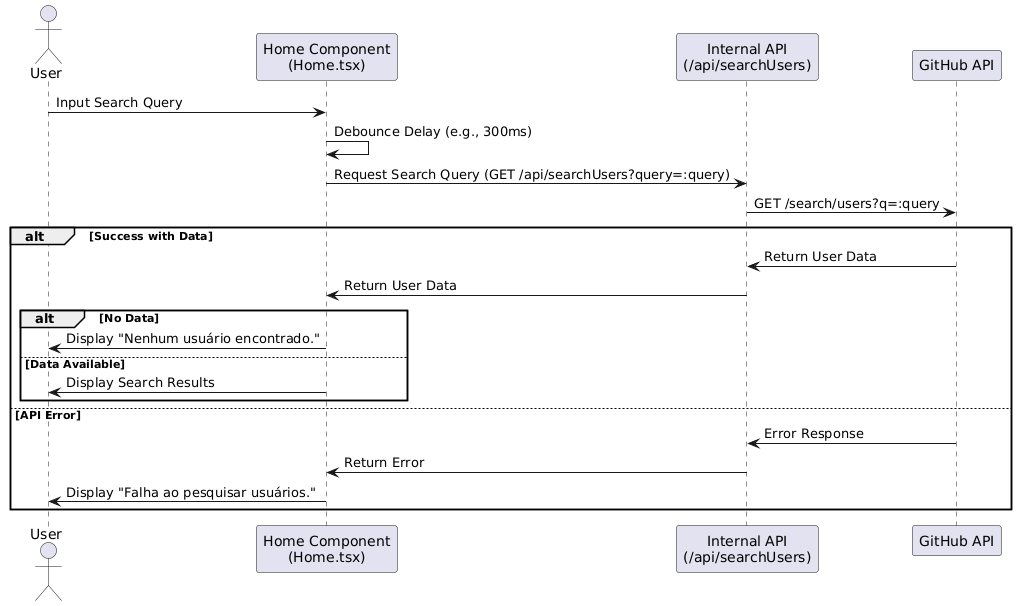
Earlier version of the PlantUML export docs/Home/Search.png (alana-or/github-users).
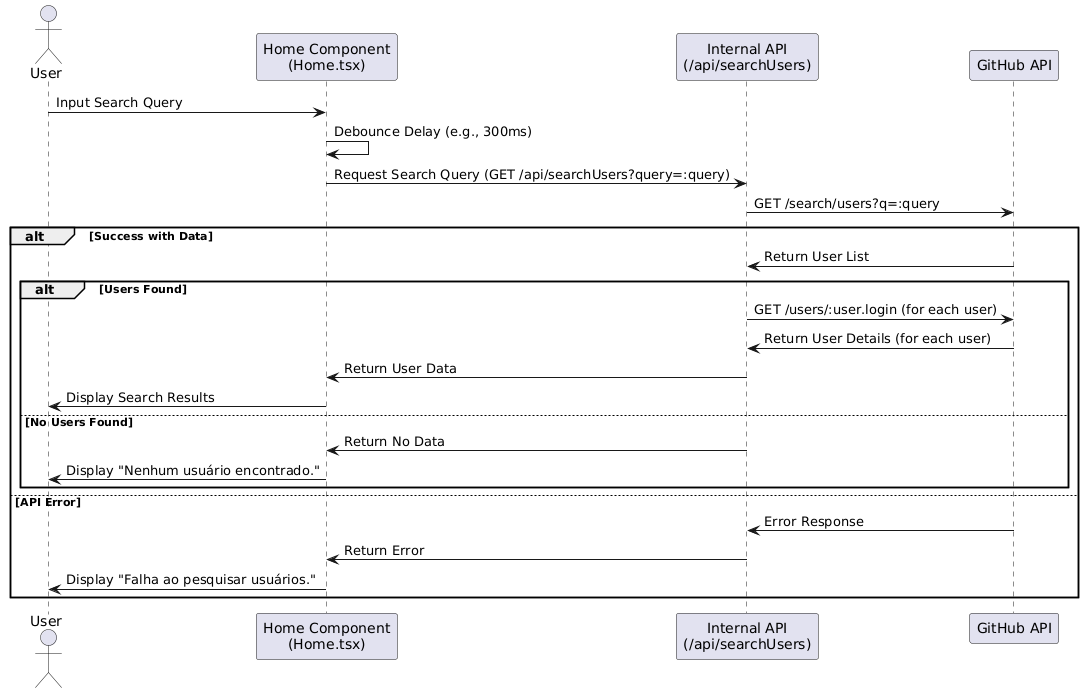
The same diagram one commit later.

Commit message:
Ajustar fluxo de search para com dados e sem dados

The edit, as a diff of the source:
```diff
@@ -13,13 +13,17 @@
 InternalAPI -> GitHubAPI : GET /search/users?q=:query
 
 alt Success with Data
-    GitHubAPI -> InternalAPI : Return User Data
-    InternalAPI -> Home : Return User Data
+    GitHubAPI -> InternalAPI : Return User List
 
-    alt No Data
+    alt Users Found
+        InternalAPI -> GitHubAPI : GET /users/:user.login (for each user)
+        GitHubAPI -> InternalAPI : Return User Details (for each user)
+        InternalAPI -> Home : Return User Data
+
+        Home -> User : Display Search Results
+    else No Users Found
+        InternalAPI -> Home : Return No Data
         Home -> User : Display "Nenhum usuário encontrado."
-    else Data Available
-        Home -> User : Display Search Results
     end
 else API Error
     GitHubAPI -> InternalAPI : Error Response
```
